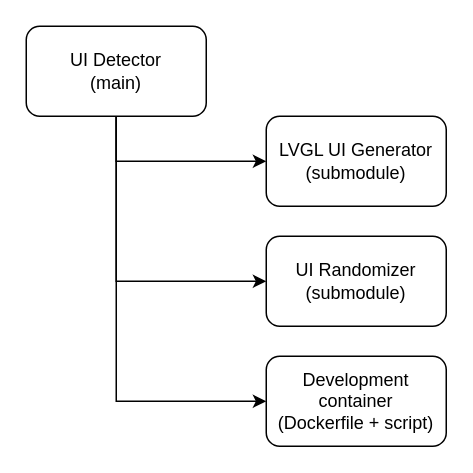
HackXIt/lvgl-ui-detector keeps this draw.io diagram as page "Overview" (1 of 4) of doc/project-architecture.drawio. Above is the earlier version. Source tidied: cells renumbered, new cells numbered last; positions are measured from the earlier drawing's top-left corner, leaving out a move shared by most shapes. Both pictures are drawn from the tidied source at 150%, with x=0, y=0 at pixel (26, 26).
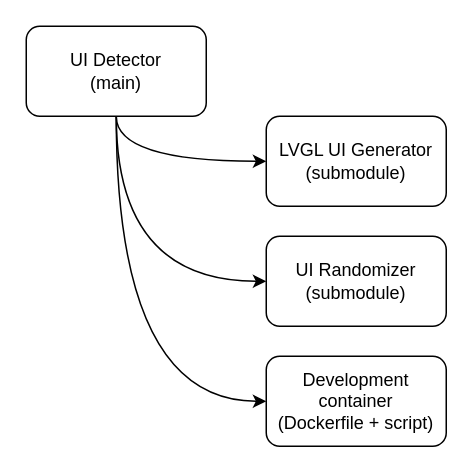
The same page after the edit.

What changed in the source:
```diff
@@
 <mxGraphModel>
   <root>
     <mxCell id="0" />
     <mxCell id="1" parent="0" />
-    <mxCell id="2" style="edgeStyle=orthogonalEdgeStyle;rounded=0;jettySize=auto;html=1;exitX=0.5;exitY=1;exitDx=0;exitDy=0;entryX=0;entryY=0.5;entryDx=0;entryDy=0;" parent="1" edge="1" source="5" target="6">
+    <mxCell id="2" style="edgeStyle=orthogonalEdgeStyle;rounded=0;jettySize=auto;html=1;exitX=0.5;exitY=1;exitDx=0;exitDy=0;entryX=0;entryY=0.5;entryDx=0;entryDy=0;curved=1;" parent="1" edge="1" source="5" target="6">
       <mxGeometry relative="1" as="geometry" />
     </mxCell>
-    <mxCell id="3" style="edgeStyle=orthogonalEdgeStyle;rounded=0;jettySize=auto;html=1;exitX=0.5;exitY=1;exitDx=0;exitDy=0;entryX=0;entryY=0.5;entryDx=0;entryDy=0;" parent="1" edge="1" source="5" target="7">
+    <mxCell id="3" style="edgeStyle=orthogonalEdgeStyle;rounded=0;jettySize=auto;html=1;exitX=0.5;exitY=1;exitDx=0;exitDy=0;entryX=0;entryY=0.5;entryDx=0;entryDy=0;curved=1;" parent="1" edge="1" source="5" target="7">
       <mxGeometry relative="1" as="geometry" />
     </mxCell>
-    <mxCell id="4" style="edgeStyle=orthogonalEdgeStyle;rounded=0;jettySize=auto;html=1;exitX=0.5;exitY=1;exitDx=0;exitDy=0;entryX=0;entryY=0.5;entryDx=0;entryDy=0;" parent="1" edge="1" source="5" target="8">
+    <mxCell id="4" style="edgeStyle=orthogonalEdgeStyle;rounded=0;jettySize=auto;html=1;exitX=0.5;exitY=1;exitDx=0;exitDy=0;entryX=0;entryY=0.5;entryDx=0;entryDy=0;curved=1;" parent="1" edge="1" source="5" target="8">
       <mxGeometry relative="1" as="geometry" />
     </mxCell>
     <mxCell id="5" value="UI Detector&lt;br&gt;(main)" style="rounded=1;whiteSpace=wrap;html=1;" parent="1" vertex="1">
       <mxGeometry width="120" height="60" as="geometry" />
     </mxCell>
     <mxCell id="6" value="LVGL UI Generator&lt;br&gt;(submodule)" style="rounded=1;whiteSpace=wrap;html=1;" parent="1" vertex="1">
       <mxGeometry x="160" y="60" width="120" height="60" as="geometry" />
     </mxCell>
     <mxCell id="7" value="UI Randomizer&lt;br&gt;(submodule)" style="rounded=1;whiteSpace=wrap;html=1;" parent="1" vertex="1">
       <mxGeometry x="160" y="140" width="120" height="60" as="geometry" />
     </mxCell>
     <mxCell id="8" value="Development container&lt;br&gt;(Dockerfile + script)" style="rounded=1;whiteSpace=wrap;html=1;" parent="1" vertex="1">
       <mxGeometry x="160" y="220" width="120" height="60" as="geometry" />
     </mxCell>
   </root>
 </mxGraphModel>
```
